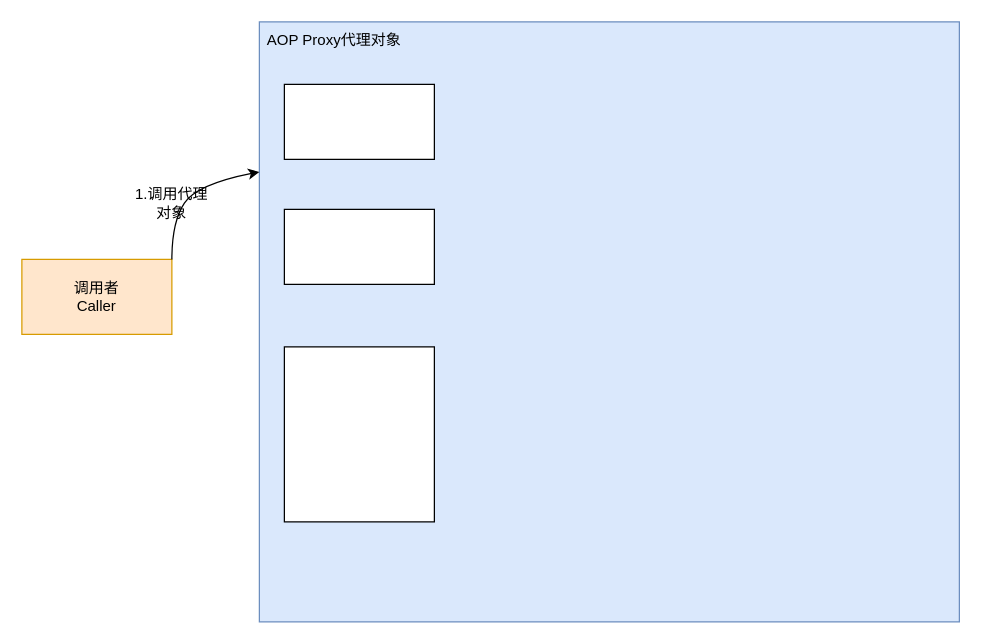
Before: spring/Spring事务目标对象内部的自我调用流程.drawio in zhenjie-chen/diagrams, a draw.io diagram. Source tidied: cells renumbered, new cells numbered last; positions are measured from the earlier drawing's top-left corner, leaving out a move shared by most shapes. Both pictures are drawn from the tidied source at 125%, with x=0, y=0 at pixel (21, 21).
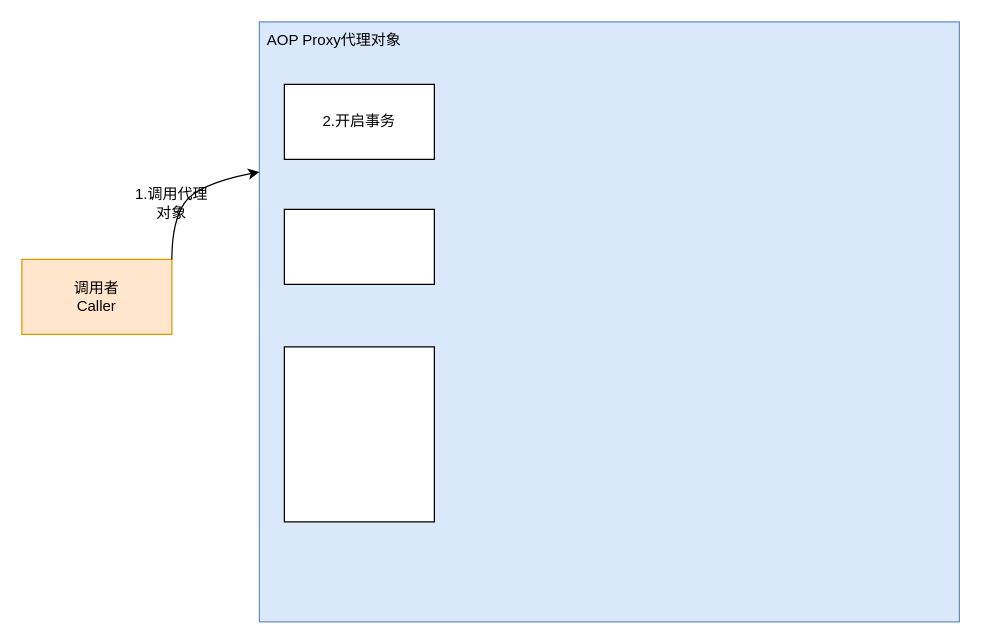
After the change.

Commit message (it also covers changes not shown here):
更新Spring事务目标对象内部的自我调用流程.drawio

Change to the diagram source:
```diff
@@
 <mxGraphModel>
   <root>
     <mxCell id="0" />
     <mxCell id="1" parent="0" />
     <mxCell id="2" value="调用者&lt;br&gt;Caller" style="rounded=0;whiteSpace=wrap;html=1;fillColor=#ffe6cc;strokeColor=#d79b00;gradientColor=none;" parent="1" vertex="1">
       <mxGeometry y="190" width="120" height="60" as="geometry" />
     </mxCell>
     <mxCell id="3" style="rounded=0;whiteSpace=wrap;html=1;fillColor=#dae8fc;strokeColor=#6c8ebf;" parent="1" vertex="1">
       <mxGeometry x="190" width="560" height="480" as="geometry" />
     </mxCell>
     <mxCell id="4" value="AOP Proxy代理对象" style="text;html=1;strokeColor=none;fillColor=none;align=center;verticalAlign=middle;whiteSpace=wrap;rounded=0;" parent="1" vertex="1">
       <mxGeometry x="190" width="120" height="30" as="geometry" />
     </mxCell>
     <mxCell id="5" style="curved=1;endArrow=classic;html=1;rounded=0;entryX=0;entryY=0.25;entryDx=0;entryDy=0;" parent="1" edge="1" target="3">
       <mxGeometry relative="1" as="geometry">
         <mxPoint x="120" y="190" as="sourcePoint" />
         <Array as="points">
           <mxPoint x="120" y="160" />
           <mxPoint x="140" y="130" />
         </Array>
       </mxGeometry>
     </mxCell>
     <mxCell id="6" value="1.调用代理对象" style="text;html=1;strokeColor=none;fillColor=none;align=center;verticalAlign=middle;whiteSpace=wrap;rounded=0;" parent="1" vertex="1">
       <mxGeometry x="90" y="130" width="60" height="30" as="geometry" />
     </mxCell>
-    <mxCell id="7" style="rounded=0;whiteSpace=wrap;html=1;" parent="1" vertex="1">
+    <mxCell id="7" value="2.开启事务" style="rounded=0;whiteSpace=wrap;html=1;" parent="1" vertex="1">
       <mxGeometry x="210" y="50" width="120" height="60" as="geometry" />
     </mxCell>
     <mxCell id="8" style="rounded=0;whiteSpace=wrap;html=1;" parent="1" vertex="1">
       <mxGeometry x="210" y="150" width="120" height="60" as="geometry" />
     </mxCell>
     <mxCell id="9" style="rounded=0;whiteSpace=wrap;html=1;" parent="1" vertex="1">
       <mxGeometry x="210" y="260" width="120" height="140" as="geometry" />
     </mxCell>
   </root>
 </mxGraphModel>
```
